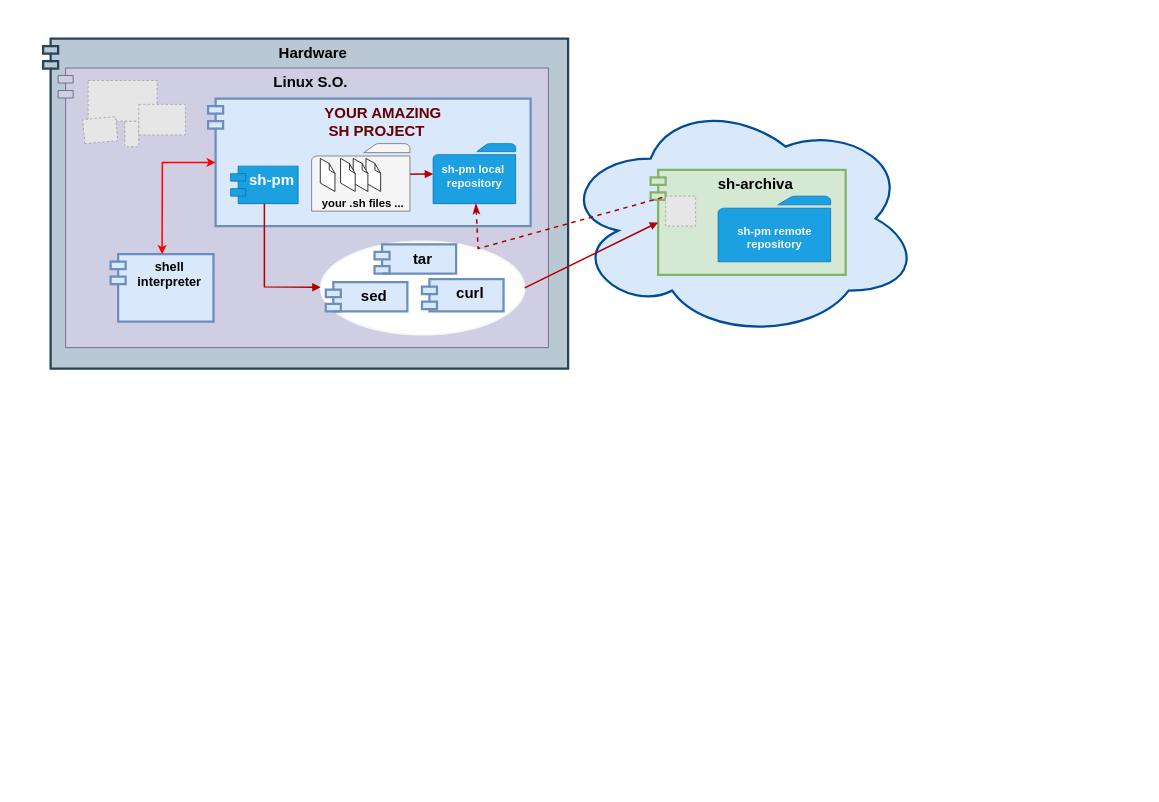
Above: doc/drawio/sh-pm-architecture.drawio in sh-pm/sh-pm (draw.io), before the change. Source tidied: cells renumbered, new cells numbered last; positions are measured from the earlier drawing's top-left corner, leaving out a move shared by most shapes. Both pictures are drawn from the tidied source at 75%, with x=0, y=0 at pixel (43, 38). Pictures stored in the file or linked from it are replaced by grey dashed boxes.
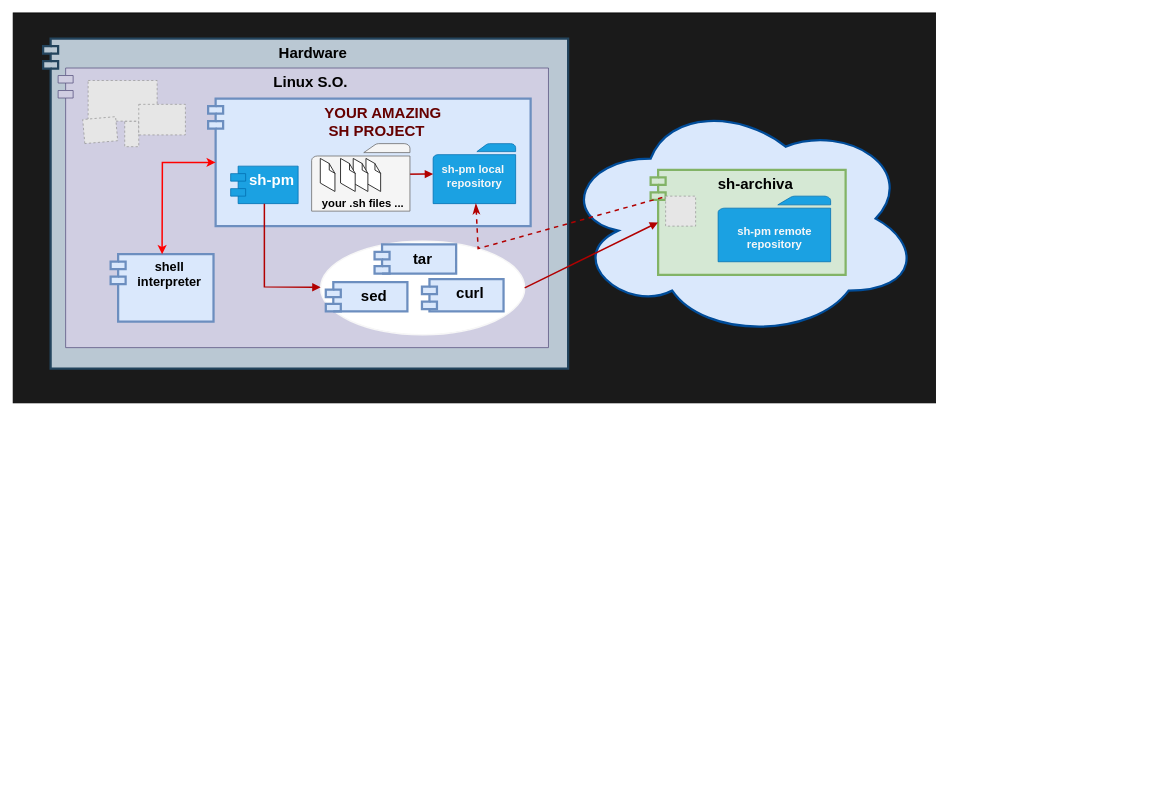
The same diagram, later.

Diff of the diagram source:
```diff
@@
+    <mxCell id="39" style="rounded=0;whiteSpace=wrap;html=1;fillColor=#1A1A1A;" parent="1" vertex="1">
+      <mxGeometry x="-40" y="-34.3" width="1230" height="520" as="geometry" />
+    </mxCell>
     <mxCell id="2" style="group;strokeWidth=3;" parent="1" vertex="1">
-      <mxGeometry x="70" width="630" height="520" as="geometry" />
+      <mxGeometry x="70" width="1120" height="1000" as="geometry" />
     </mxCell>
@@
     <mxCell id="18" style="group;" parent="1" vertex="1">
-      <mxGeometry x="710" y="220" width="760" height="250" as="geometry" />
+      <mxGeometry x="710" y="220" width="760" height="285" as="geometry" />
     </mxCell>
```
